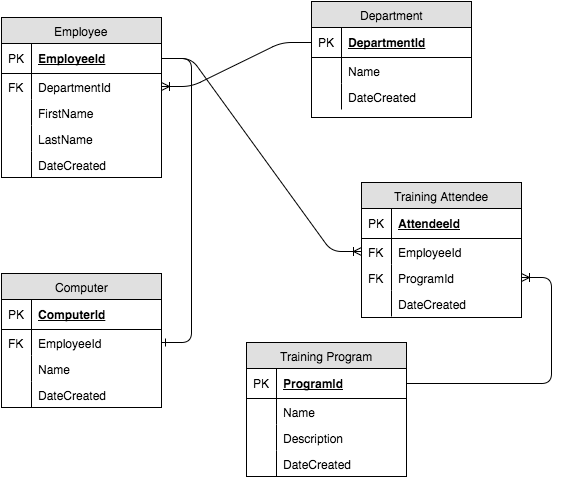
TeamCharles/workforce-management keeps this draw.io diagram as WorkforceERD.png. Above is the earlier version. Source tidied: cells renumbered, new cells last; positions are measured from the earlier drawing's top-left corner, leaving out a move shared by most shapes. Source of this version:
```xml
<mxGraphModel background="#ffffff">
  <root>
    <mxCell id="0" />
    <mxCell id="1" parent="0" />
    <mxCell id="2" value="Employee" style="swimlane;html=1;fontStyle=0;horizontal=1;startSize=26;fillColor=#e0e0e0;swimlaneFillColor=#ffffff;align=center;" parent="1" vertex="1">
      <mxGeometry y="16" width="160" height="160" as="geometry" />
    </mxCell>
    <mxCell id="3" value="EmployeeId" style="shape=partialRectangle;top=0;left=0;right=0;bottom=1;html=1;align=left;verticalAlign=middle;fillColor=none;spacingLeft=34;spacingRight=4;whiteSpace=wrap;overflow=hidden;points=[[0,0.5],[1,0.5]];portConstraint=eastwest;fontStyle=5;" parent="2" vertex="1">
      <mxGeometry y="26" width="160" height="30" as="geometry" />
    </mxCell>
    <mxCell id="4" value="PK" style="shape=partialRectangle;top=0;left=0;bottom=0;html=1;fillColor=none;align=left;verticalAlign=middle;spacingLeft=4;spacingRight=4;whiteSpace=wrap;overflow=hidden;" parent="3" vertex="1">
      <mxGeometry width="30" height="30" as="geometry" />
    </mxCell>
    <mxCell id="5" value="DepartmentId" style="shape=partialRectangle;top=0;left=0;right=0;bottom=0;html=1;align=left;verticalAlign=top;fillColor=none;spacingLeft=34;spacingRight=4;whiteSpace=wrap;overflow=hidden;points=[[0,0.5],[1,0.5]];portConstraint=eastwest;" parent="2" vertex="1">
      <mxGeometry y="56" width="160" height="26" as="geometry" />
    </mxCell>
    <mxCell id="6" value="FK" style="shape=partialRectangle;top=0;left=0;bottom=0;html=1;fillColor=none;align=left;verticalAlign=top;spacingLeft=4;spacingRight=4;whiteSpace=wrap;overflow=hidden;" parent="5" vertex="1">
      <mxGeometry width="30" height="26" as="geometry" />
    </mxCell>
    <mxCell id="7" value="FirstName" style="shape=partialRectangle;top=0;left=0;right=0;bottom=0;html=1;align=left;verticalAlign=top;fillColor=none;spacingLeft=34;spacingRight=4;whiteSpace=wrap;overflow=hidden;" parent="2" vertex="1">
      <mxGeometry y="82" width="160" height="26" as="geometry" />
    </mxCell>
    <mxCell id="8" style="shape=partialRectangle;top=0;left=0;bottom=0;html=1;fillColor=none;align=left;verticalAlign=top;spacingLeft=4;spacingRight=4;whiteSpace=wrap;overflow=hidden;" parent="7" vertex="1">
      <mxGeometry width="30" height="26" as="geometry" />
    </mxCell>
    <mxCell id="9" value="LastName" style="shape=partialRectangle;top=0;left=0;right=0;bottom=0;html=1;align=left;verticalAlign=top;fillColor=none;spacingLeft=34;spacingRight=4;whiteSpace=wrap;overflow=hidden;" parent="2" vertex="1">
      <mxGeometry y="108" width="160" height="26" as="geometry" />
    </mxCell>
    <mxCell id="10" style="shape=partialRectangle;top=0;left=0;bottom=0;html=1;fillColor=none;align=left;verticalAlign=top;spacingLeft=4;spacingRight=4;whiteSpace=wrap;overflow=hidden;" parent="9" vertex="1">
      <mxGeometry width="30" height="26" as="geometry" />
    </mxCell>
    <mxCell id="11" value="DateCreated" style="shape=partialRectangle;top=0;left=0;right=0;bottom=0;html=1;align=left;verticalAlign=top;fillColor=none;spacingLeft=34;spacingRight=4;whiteSpace=wrap;overflow=hidden;" parent="2" vertex="1">
      <mxGeometry y="134" width="160" height="26" as="geometry" />
    </mxCell>
    <mxCell id="12" style="shape=partialRectangle;top=0;left=0;bottom=0;html=1;fillColor=none;align=left;verticalAlign=top;spacingLeft=4;spacingRight=4;whiteSpace=wrap;overflow=hidden;" parent="11" vertex="1">
      <mxGeometry width="30" height="26" as="geometry" />
    </mxCell>
    <mxCell id="13" value="Department" style="swimlane;html=1;fontStyle=0;horizontal=1;startSize=26;fillColor=#e0e0e0;swimlaneFillColor=#ffffff;align=center;" parent="1" vertex="1">
      <mxGeometry x="310" width="160" height="116" as="geometry" />
    </mxCell>
    <mxCell id="14" value="DepartmentId" style="shape=partialRectangle;top=0;left=0;right=0;bottom=1;html=1;align=left;verticalAlign=middle;fillColor=none;spacingLeft=34;spacingRight=4;whiteSpace=wrap;overflow=hidden;points=[[0,0.5],[1,0.5]];portConstraint=eastwest;fontStyle=5;" parent="13" vertex="1">
      <mxGeometry y="26" width="160" height="30" as="geometry" />
    </mxCell>
    <mxCell id="15" value="PK" style="shape=partialRectangle;top=0;left=0;bottom=0;html=1;fillColor=none;align=left;verticalAlign=middle;spacingLeft=4;spacingRight=4;whiteSpace=wrap;overflow=hidden;" parent="14" vertex="1">
      <mxGeometry width="30" height="30" as="geometry" />
    </mxCell>
    <mxCell id="16" value="Name" style="shape=partialRectangle;top=0;left=0;right=0;bottom=0;html=1;align=left;verticalAlign=top;fillColor=none;spacingLeft=34;spacingRight=4;whiteSpace=wrap;overflow=hidden;" parent="13" vertex="1">
      <mxGeometry y="56" width="160" height="26" as="geometry" />
    </mxCell>
    <mxCell id="17" style="shape=partialRectangle;top=0;left=0;bottom=0;html=1;fillColor=none;align=left;verticalAlign=top;spacingLeft=4;spacingRight=4;whiteSpace=wrap;overflow=hidden;" parent="16" vertex="1">
      <mxGeometry width="30" height="26" as="geometry" />
    </mxCell>
    <mxCell id="18" value="DateCreated" style="shape=partialRectangle;top=0;left=0;right=0;bottom=0;html=1;align=left;verticalAlign=top;fillColor=none;spacingLeft=34;spacingRight=4;whiteSpace=wrap;overflow=hidden;" parent="13" vertex="1">
      <mxGeometry y="82" width="160" height="26" as="geometry" />
    </mxCell>
    <mxCell id="19" style="shape=partialRectangle;top=0;left=0;bottom=0;html=1;fillColor=none;align=left;verticalAlign=top;spacingLeft=4;spacingRight=4;whiteSpace=wrap;overflow=hidden;" parent="18" vertex="1">
      <mxGeometry width="30" height="26" as="geometry" />
    </mxCell>
    <mxCell id="20" value="Computer" style="swimlane;html=1;fontStyle=0;horizontal=1;startSize=26;fillColor=#e0e0e0;swimlaneFillColor=#ffffff;align=center;" parent="1" vertex="1">
      <mxGeometry y="272" width="160" height="134" as="geometry" />
    </mxCell>
    <mxCell id="21" value="ComputerId" style="shape=partialRectangle;top=0;left=0;right=0;bottom=1;html=1;align=left;verticalAlign=middle;fillColor=none;spacingLeft=34;spacingRight=4;whiteSpace=wrap;overflow=hidden;fontStyle=5;" parent="20" vertex="1">
      <mxGeometry y="26" width="160" height="30" as="geometry" />
    </mxCell>
    <mxCell id="22" value="PK" style="shape=partialRectangle;top=0;left=0;bottom=0;html=1;fillColor=none;align=left;verticalAlign=middle;spacingLeft=4;spacingRight=4;whiteSpace=wrap;overflow=hidden;" parent="21" vertex="1">
      <mxGeometry width="30" height="30" as="geometry" />
    </mxCell>
    <mxCell id="23" value="EmployeeId" style="shape=partialRectangle;top=0;left=0;right=0;bottom=0;html=1;align=left;verticalAlign=top;fillColor=none;spacingLeft=34;spacingRight=4;whiteSpace=wrap;overflow=hidden;points=[[0,0.5],[1,0.5]];portConstraint=eastwest;" parent="20" vertex="1">
      <mxGeometry y="56" width="160" height="26" as="geometry" />
    </mxCell>
    <mxCell id="24" value="FK" style="shape=partialRectangle;top=0;left=0;bottom=0;html=1;fillColor=none;align=left;verticalAlign=top;spacingLeft=4;spacingRight=4;whiteSpace=wrap;overflow=hidden;" parent="23" vertex="1">
      <mxGeometry width="30" height="26" as="geometry" />
    </mxCell>
    <mxCell id="25" value="Name" style="shape=partialRectangle;top=0;left=0;right=0;bottom=0;html=1;align=left;verticalAlign=top;fillColor=none;spacingLeft=34;spacingRight=4;whiteSpace=wrap;overflow=hidden;" parent="20" vertex="1">
      <mxGeometry y="82" width="160" height="26" as="geometry" />
    </mxCell>
    <mxCell id="26" style="shape=partialRectangle;top=0;left=0;bottom=0;html=1;fillColor=none;align=left;verticalAlign=top;spacingLeft=4;spacingRight=4;whiteSpace=wrap;overflow=hidden;" parent="25" vertex="1">
      <mxGeometry width="30" height="26" as="geometry" />
    </mxCell>
    <mxCell id="27" value="DateCreated" style="shape=partialRectangle;top=0;left=0;right=0;bottom=0;html=1;align=left;verticalAlign=top;fillColor=none;spacingLeft=34;spacingRight=4;whiteSpace=wrap;overflow=hidden;" parent="20" vertex="1">
      <mxGeometry y="108" width="160" height="26" as="geometry" />
    </mxCell>
    <mxCell id="28" style="shape=partialRectangle;top=0;left=0;bottom=0;html=1;fillColor=none;align=left;verticalAlign=top;spacingLeft=4;spacingRight=4;whiteSpace=wrap;overflow=hidden;" parent="27" vertex="1">
      <mxGeometry width="30" height="26" as="geometry" />
    </mxCell>
    <mxCell id="29" value="Training Program" style="swimlane;html=1;fontStyle=0;horizontal=1;startSize=26;fillColor=#e0e0e0;swimlaneFillColor=#ffffff;align=center;" parent="1" vertex="1">
      <mxGeometry x="245" y="341" width="160" height="134" as="geometry" />
    </mxCell>
    <mxCell id="30" value="ProgramId" style="shape=partialRectangle;top=0;left=0;right=0;bottom=1;html=1;align=left;verticalAlign=middle;fillColor=none;spacingLeft=34;spacingRight=4;whiteSpace=wrap;overflow=hidden;points=[[0,0.5],[1,0.5]];portConstraint=eastwest;fontStyle=5;" parent="29" vertex="1">
      <mxGeometry y="26" width="160" height="30" as="geometry" />
    </mxCell>
    <mxCell id="31" value="PK" style="shape=partialRectangle;top=0;left=0;bottom=0;html=1;fillColor=none;align=left;verticalAlign=middle;spacingLeft=4;spacingRight=4;whiteSpace=wrap;overflow=hidden;" parent="30" vertex="1">
      <mxGeometry width="30" height="30" as="geometry" />
    </mxCell>
    <mxCell id="32" value="Name" style="shape=partialRectangle;top=0;left=0;right=0;bottom=0;html=1;align=left;verticalAlign=top;fillColor=none;spacingLeft=34;spacingRight=4;whiteSpace=wrap;overflow=hidden;" parent="29" vertex="1">
      <mxGeometry y="56" width="160" height="26" as="geometry" />
    </mxCell>
    <mxCell id="33" style="shape=partialRectangle;top=0;left=0;bottom=0;html=1;fillColor=none;align=left;verticalAlign=top;spacingLeft=4;spacingRight=4;whiteSpace=wrap;overflow=hidden;" parent="32" vertex="1">
      <mxGeometry width="30" height="26" as="geometry" />
    </mxCell>
    <mxCell id="34" value="Description" style="shape=partialRectangle;top=0;left=0;right=0;bottom=0;html=1;align=left;verticalAlign=top;fillColor=none;spacingLeft=34;spacingRight=4;whiteSpace=wrap;overflow=hidden;" parent="29" vertex="1">
      <mxGeometry y="82" width="160" height="26" as="geometry" />
    </mxCell>
    <mxCell id="35" style="shape=partialRectangle;top=0;left=0;bottom=0;html=1;fillColor=none;align=left;verticalAlign=top;spacingLeft=4;spacingRight=4;whiteSpace=wrap;overflow=hidden;" parent="34" vertex="1">
      <mxGeometry width="30" height="26" as="geometry" />
    </mxCell>
    <mxCell id="36" value="DateCreated" style="shape=partialRectangle;top=0;left=0;right=0;bottom=0;html=1;align=left;verticalAlign=top;fillColor=none;spacingLeft=34;spacingRight=4;whiteSpace=wrap;overflow=hidden;" parent="29" vertex="1">
      <mxGeometry y="108" width="160" height="26" as="geometry" />
    </mxCell>
    <mxCell id="37" style="shape=partialRectangle;top=0;left=0;bottom=0;html=1;fillColor=none;align=left;verticalAlign=top;spacingLeft=4;spacingRight=4;whiteSpace=wrap;overflow=hidden;" parent="36" vertex="1">
      <mxGeometry width="30" height="26" as="geometry" />
    </mxCell>
    <mxCell id="38" value="Training Attendee" style="swimlane;html=1;fontStyle=0;horizontal=1;startSize=26;fillColor=#e0e0e0;swimlaneFillColor=#ffffff;align=center;" parent="1" vertex="1">
      <mxGeometry x="360" y="181" width="160" height="135" as="geometry" />
    </mxCell>
    <mxCell id="39" value="AttendeeId" style="shape=partialRectangle;top=0;left=0;right=0;bottom=1;html=1;align=left;verticalAlign=middle;fillColor=none;spacingLeft=34;spacingRight=4;whiteSpace=wrap;overflow=hidden;fontStyle=5;" parent="38" vertex="1">
      <mxGeometry y="26" width="160" height="30" as="geometry" />
    </mxCell>
    <mxCell id="40" value="PK" style="shape=partialRectangle;top=0;left=0;bottom=0;html=1;fillColor=none;align=left;verticalAlign=middle;spacingLeft=4;spacingRight=4;whiteSpace=wrap;overflow=hidden;" parent="39" vertex="1">
      <mxGeometry width="30" height="30" as="geometry" />
    </mxCell>
    <mxCell id="41" value="EmployeeId" style="shape=partialRectangle;top=0;left=0;right=0;bottom=0;html=1;align=left;verticalAlign=top;fillColor=none;spacingLeft=34;spacingRight=4;whiteSpace=wrap;overflow=hidden;points=[[0,0.5],[1,0.5]];portConstraint=eastwest;" parent="38" vertex="1">
      <mxGeometry y="56" width="160" height="26" as="geometry" />
    </mxCell>
    <mxCell id="42" value="FK" style="shape=partialRectangle;top=0;left=0;bottom=0;html=1;fillColor=none;align=left;verticalAlign=top;spacingLeft=4;spacingRight=4;whiteSpace=wrap;overflow=hidden;" parent="41" vertex="1">
      <mxGeometry width="30" height="26" as="geometry" />
    </mxCell>
    <mxCell id="43" value="ProgramId" style="shape=partialRectangle;top=0;left=0;right=0;bottom=0;html=1;align=left;verticalAlign=top;fillColor=none;spacingLeft=34;spacingRight=4;whiteSpace=wrap;overflow=hidden;points=[[0,0.5],[1,0.5]];portConstraint=eastwest;" parent="38" vertex="1">
      <mxGeometry y="82" width="160" height="26" as="geometry" />
    </mxCell>
    <mxCell id="44" value="FK" style="shape=partialRectangle;top=0;left=0;bottom=0;html=1;fillColor=none;align=left;verticalAlign=top;spacingLeft=4;spacingRight=4;whiteSpace=wrap;overflow=hidden;" parent="43" vertex="1">
      <mxGeometry width="30" height="26" as="geometry" />
    </mxCell>
    <mxCell id="45" value="DateCreated" style="shape=partialRectangle;top=0;left=0;right=0;bottom=0;html=1;align=left;verticalAlign=top;fillColor=none;spacingLeft=34;spacingRight=4;whiteSpace=wrap;overflow=hidden;" parent="38" vertex="1">
      <mxGeometry y="108" width="160" height="26" as="geometry" />
    </mxCell>
    <mxCell id="46" style="shape=partialRectangle;top=0;left=0;bottom=0;html=1;fillColor=none;align=left;verticalAlign=top;spacingLeft=4;spacingRight=4;whiteSpace=wrap;overflow=hidden;" parent="45" vertex="1">
      <mxGeometry width="30" height="26" as="geometry" />
    </mxCell>
    <mxCell id="47" style="edgeStyle=entityRelationEdgeStyle;html=1;endArrow=ERone;endFill=1;" parent="1" edge="1" source="3" target="23">
      <mxGeometry x="210" y="91" as="geometry" />
    </mxCell>
    <mxCell id="48" style="edgeStyle=entityRelationEdgeStyle;html=1;endArrow=ERoneToMany;" parent="1" edge="1" source="14" target="5">
      <mxGeometry relative="1" as="geometry" />
    </mxCell>
    <mxCell id="49" style="edgeStyle=entityRelationEdgeStyle;html=1;endArrow=ERoneToMany;entryX=0;entryY=0.5;" parent="1" edge="1" source="3" target="41">
      <mxGeometry relative="1" as="geometry" />
    </mxCell>
    <mxCell id="50" style="edgeStyle=entityRelationEdgeStyle;html=1;endArrow=ERoneToMany;" parent="1" edge="1" source="30" target="43">
      <mxGeometry relative="1" as="geometry" />
    </mxCell>
  </root>
</mxGraphModel>
```
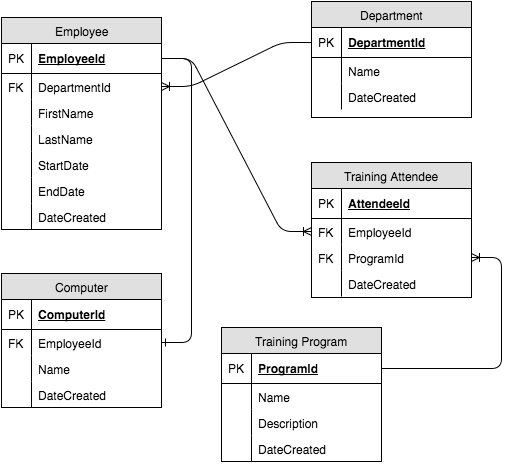
After the change.

The edit, as a diff of the source:
```diff
@@ -3,7 +3,7 @@
     <mxCell id="0" />
     <mxCell id="1" parent="0" />
     <mxCell id="2" value="Employee" style="swimlane;html=1;fontStyle=0;horizontal=1;startSize=26;fillColor=#e0e0e0;swimlaneFillColor=#ffffff;align=center;" parent="1" vertex="1">
-      <mxGeometry y="16" width="160" height="160" as="geometry" />
+      <mxGeometry y="16" width="160" height="212" as="geometry" />
     </mxCell>
     <mxCell id="3" value="EmployeeId" style="shape=partialRectangle;top=0;left=0;right=0;bottom=1;html=1;align=left;verticalAlign=middle;fillColor=none;spacingLeft=34;spacingRight=4;whiteSpace=wrap;overflow=hidden;points=[[0,0.5],[1,0.5]];portConstraint=eastwest;fontStyle=5;" parent="2" vertex="1">
       <mxGeometry y="26" width="160" height="30" as="geometry" />
@@ -29,8 +29,20 @@
     <mxCell id="10" style="shape=partialRectangle;top=0;left=0;bottom=0;html=1;fillColor=none;align=left;verticalAlign=top;spacingLeft=4;spacingRight=4;whiteSpace=wrap;overflow=hidden;" parent="9" vertex="1">
       <mxGeometry width="30" height="26" as="geometry" />
     </mxCell>
+    <mxCell id="51" value="StartDate" style="shape=partialRectangle;top=0;left=0;right=0;bottom=0;html=1;align=left;verticalAlign=top;fillColor=none;spacingLeft=34;spacingRight=4;whiteSpace=wrap;overflow=hidden;" parent="2" vertex="1">
+      <mxGeometry y="134" width="160" height="26" as="geometry" />
+    </mxCell>
+    <mxCell id="52" style="shape=partialRectangle;top=0;left=0;bottom=0;html=1;fillColor=none;align=left;verticalAlign=top;spacingLeft=4;spacingRight=4;whiteSpace=wrap;overflow=hidden;" parent="51" vertex="1">
+      <mxGeometry width="30" height="26" as="geometry" />
+    </mxCell>
+    <mxCell id="53" value="EndDate" style="shape=partialRectangle;top=0;left=0;right=0;bottom=0;html=1;align=left;verticalAlign=top;fillColor=none;spacingLeft=34;spacingRight=4;whiteSpace=wrap;overflow=hidden;" parent="2" vertex="1">
+      <mxGeometry y="160" width="160" height="26" as="geometry" />
+    </mxCell>
+    <mxCell id="54" style="shape=partialRectangle;top=0;left=0;bottom=0;html=1;fillColor=none;align=left;verticalAlign=top;spacingLeft=4;spacingRight=4;whiteSpace=wrap;overflow=hidden;" parent="53" vertex="1">
+      <mxGeometry width="30" height="26" as="geometry" />
+    </mxCell>
     <mxCell id="11" value="DateCreated" style="shape=partialRectangle;top=0;left=0;right=0;bottom=0;html=1;align=left;verticalAlign=top;fillColor=none;spacingLeft=34;spacingRight=4;whiteSpace=wrap;overflow=hidden;" parent="2" vertex="1">
-      <mxGeometry y="134" width="160" height="26" as="geometry" />
+      <mxGeometry y="186" width="160" height="26" as="geometry" />
     </mxCell>
     <mxCell id="12" style="shape=partialRectangle;top=0;left=0;bottom=0;html=1;fillColor=none;align=left;verticalAlign=top;spacingLeft=4;spacingRight=4;whiteSpace=wrap;overflow=hidden;" parent="11" vertex="1">
       <mxGeometry width="30" height="26" as="geometry" />
@@ -84,7 +96,7 @@
       <mxGeometry width="30" height="26" as="geometry" />
     </mxCell>
     <mxCell id="29" value="Training Program" style="swimlane;html=1;fontStyle=0;horizontal=1;startSize=26;fillColor=#e0e0e0;swimlaneFillColor=#ffffff;align=center;" parent="1" vertex="1">
-      <mxGeometry x="245" y="341" width="160" height="134" as="geometry" />
+      <mxGeometry x="220" y="326" width="160" height="134" as="geometry" />
     </mxCell>
     <mxCell id="30" value="ProgramId" style="shape=partialRectangle;top=0;left=0;right=0;bottom=1;html=1;align=left;verticalAlign=middle;fillColor=none;spacingLeft=34;spacingRight=4;whiteSpace=wrap;overflow=hidden;points=[[0,0.5],[1,0.5]];portConstraint=eastwest;fontStyle=5;" parent="29" vertex="1">
       <mxGeometry y="26" width="160" height="30" as="geometry" />
@@ -111,7 +123,7 @@
       <mxGeometry width="30" height="26" as="geometry" />
     </mxCell>
     <mxCell id="38" value="Training Attendee" style="swimlane;html=1;fontStyle=0;horizontal=1;startSize=26;fillColor=#e0e0e0;swimlaneFillColor=#ffffff;align=center;" parent="1" vertex="1">
-      <mxGeometry x="360" y="181" width="160" height="135" as="geometry" />
+      <mxGeometry x="310" y="161" width="160" height="135" as="geometry" />
     </mxCell>
     <mxCell id="39" value="AttendeeId" style="shape=partialRectangle;top=0;left=0;right=0;bottom=1;html=1;align=left;verticalAlign=middle;fillColor=none;spacingLeft=34;spacingRight=4;whiteSpace=wrap;overflow=hidden;fontStyle=5;" parent="38" vertex="1">
       <mxGeometry y="26" width="160" height="30" as="geometry" />
```
